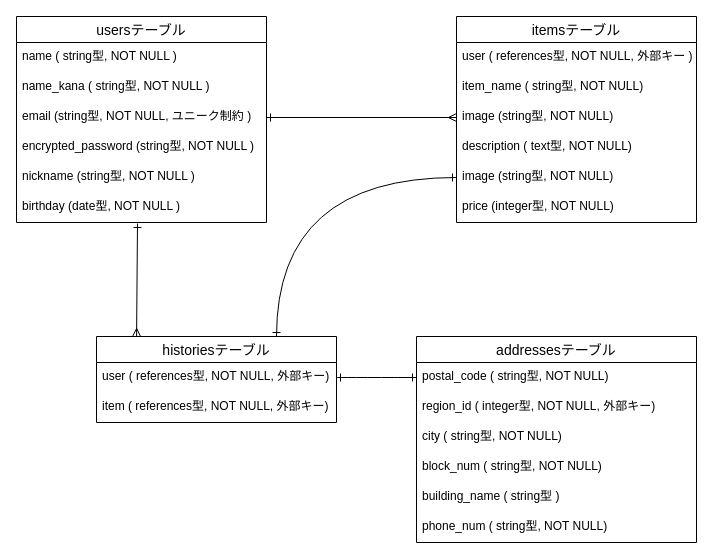
The draw.io diagram .dio in figsday/furima-36907, before the edit. Source tidied: cells renumbered, new cells numbered last; positions are measured from the earlier drawing's top-left corner, leaving out a move shared by most shapes. Both pictures are drawn from the tidied source at 100%, with x=0, y=0 at pixel (16, 16).
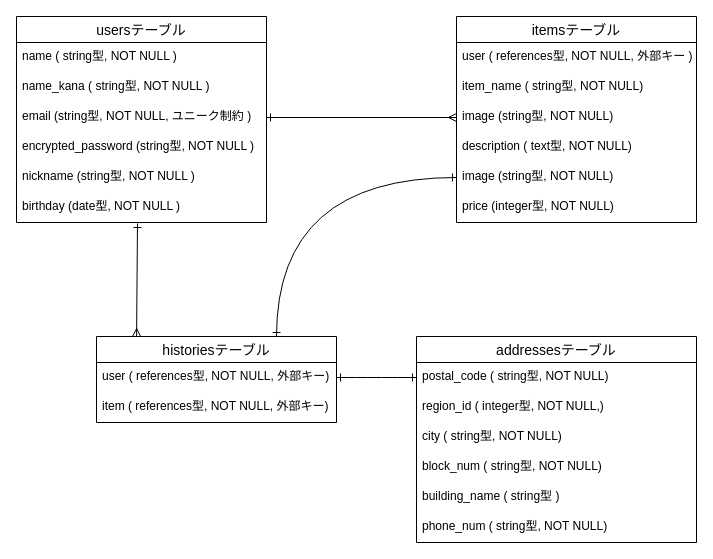
After the change.

Commit message (it also covers changes not shown here):
データベース修正5

The change refers to these unchanged cells:
```xml
<mxCell id="21" value="addressesテーブル" style="swimlane;fontStyle=0;horizontal=1;startSize=26;align=center;fontSize=14;" parent="1" vertex="1">
  <mxGeometry x="400" y="320" width="280" height="206" as="geometry" />
</mxCell>
```

What changed in the source:
```diff
@@
-    <mxCell id="23" value="region_id ( integer型, NOT NULL, 外部キー)" style="text;strokeColor=none;fillColor=none;spacingLeft=4;spacingRight=4;overflow=hidden;fontSize=12;" parent="21" vertex="1">
+    <mxCell id="23" value="region_id ( integer型, NOT NULL,)" style="text;strokeColor=none;fillColor=none;spacingLeft=4;spacingRight=4;overflow=hidden;fontSize=12;" parent="21" vertex="1">
       <mxGeometry y="56" width="280" height="30" as="geometry" />
     </mxCell>
```
